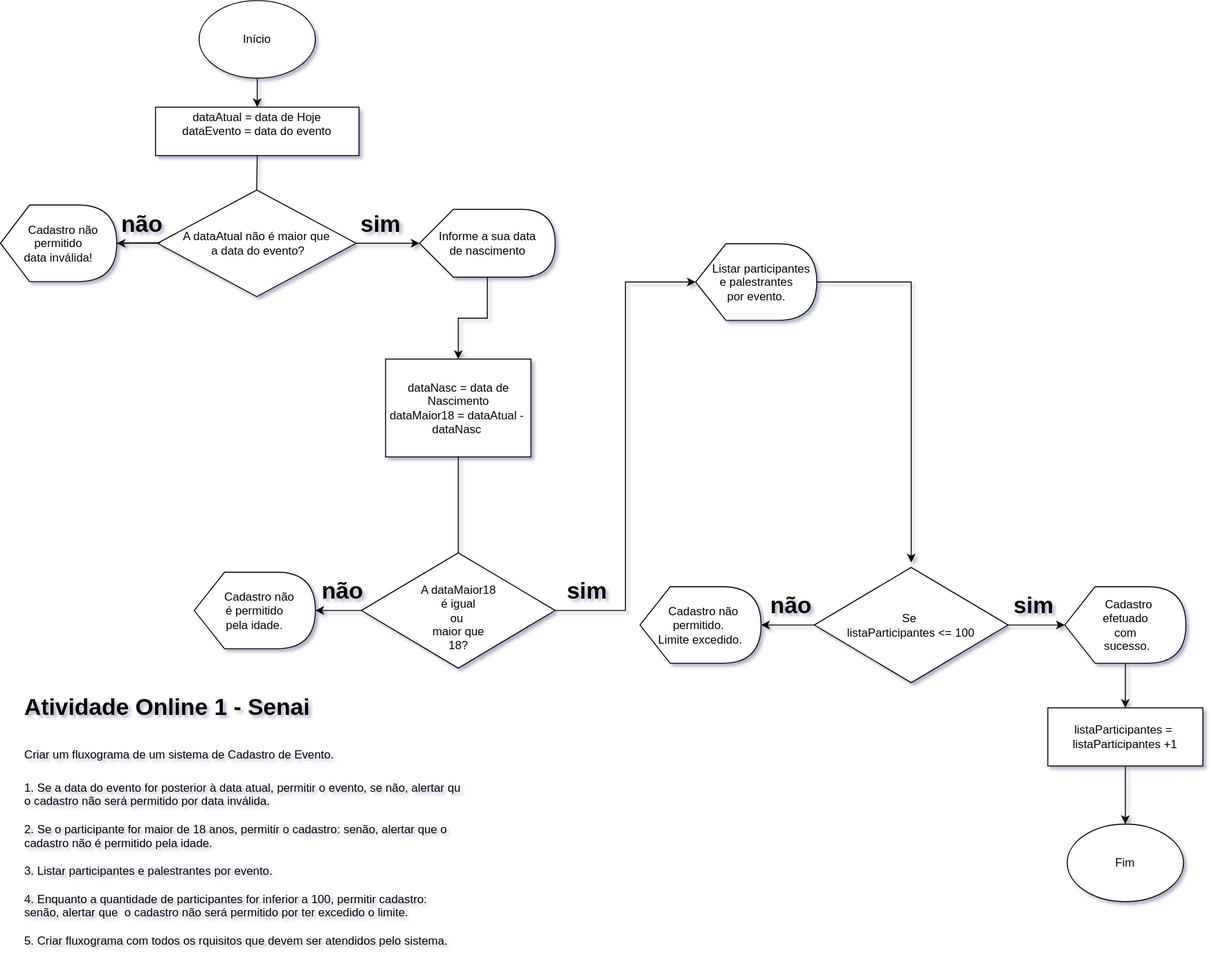
The draw.io diagram atividade online - fluxograma.svg in vanderpolezel/senai-atividade1-UC8, before a commit. Source tidied: cells renumbered, new cells last; positions are measured from the earlier drawing's top-left corner, leaving out a move shared by most shapes.
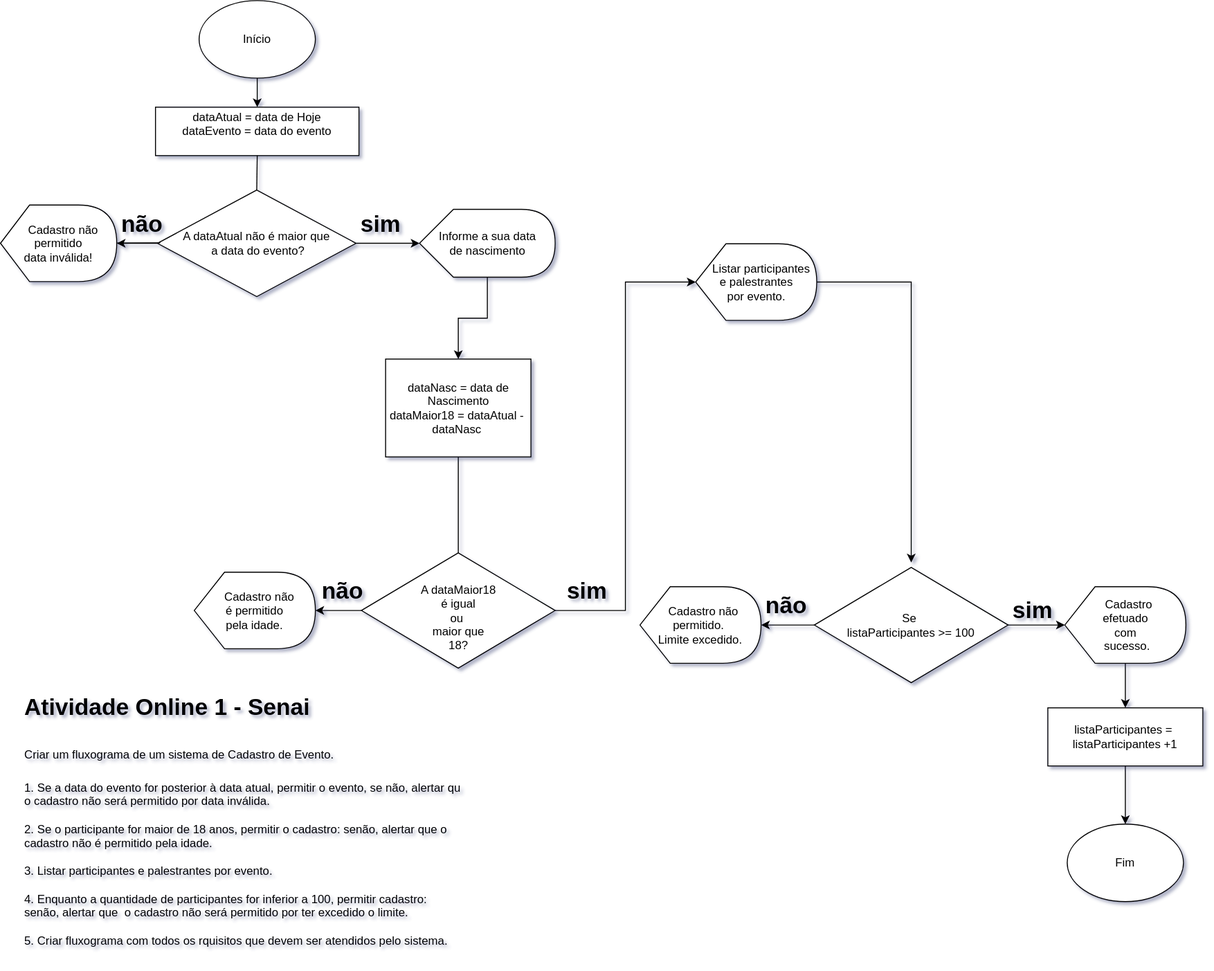
The same file after the commit.

The edit, as a diff of the source:
```diff
@@ -64,7 +64,7 @@
     <mxCell id="21" style="edgeStyle=orthogonalEdgeStyle;rounded=0;jettySize=auto;html=1;" parent="1" edge="1" source="22" target="25">
       <mxGeometry relative="1" as="geometry" />
     </mxCell>
-    <mxCell id="22" value="Se&amp;nbsp;&lt;br&gt;listaParticipantes &amp;lt;= 100" style="rhombus;whiteSpace=wrap;html=1;" parent="1" vertex="1">
+    <mxCell id="22" value="Se&amp;nbsp;&lt;br&gt;listaParticipantes &amp;gt;= 100" style="rhombus;whiteSpace=wrap;html=1;" parent="1" vertex="1">
       <mxGeometry x="840" y="585" width="200" height="119" as="geometry" />
     </mxCell>
     <mxCell id="23" value="&amp;nbsp; &amp;nbsp;Cadastro não&amp;nbsp;&lt;br&gt;permitido.&amp;nbsp;&lt;br&gt;Limite excedido." style="shape=display;whiteSpace=wrap;html=1;" parent="1" vertex="1">
@@ -91,13 +91,13 @@
       <mxGeometry relative="1" as="geometry" />
     </mxCell>
     <mxCell id="30" value="&lt;h1&gt;sim&lt;/h1&gt;" style="text;html=1;strokeColor=none;fillColor=none;spacing=5;spacingTop=-20;whiteSpace=wrap;overflow=hidden;rounded=0;" parent="1" vertex="1">
-      <mxGeometry x="1041" y="605" width="60" height="40" as="geometry" />
+      <mxGeometry x="1040" y="609.5" width="60" height="40" as="geometry" />
     </mxCell>
     <mxCell id="31" value="&lt;h1&gt;não&lt;/h1&gt;" style="text;html=1;strokeColor=none;fillColor=none;spacing=5;spacingTop=-20;whiteSpace=wrap;overflow=hidden;rounded=0;" parent="1" vertex="1">
       <mxGeometry x="327" y="590" width="60" height="40" as="geometry" />
     </mxCell>
     <mxCell id="32" value="&lt;h1&gt;não&lt;/h1&gt;" style="text;html=1;strokeColor=none;fillColor=none;spacing=5;spacingTop=-20;whiteSpace=wrap;overflow=hidden;rounded=0;" parent="1" vertex="1">
-      <mxGeometry x="790" y="605" width="60" height="40" as="geometry" />
+      <mxGeometry x="785" y="605" width="60" height="40" as="geometry" />
     </mxCell>
     <mxCell id="33" value="&lt;h1&gt;não&lt;/h1&gt;" style="text;html=1;strokeColor=none;fillColor=none;spacing=5;spacingTop=-20;whiteSpace=wrap;overflow=hidden;rounded=0;" parent="1" vertex="1">
       <mxGeometry x="120" y="211" width="60" height="40" as="geometry" />
```
